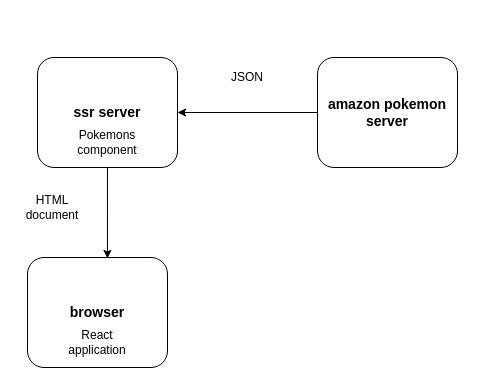
NathanKr/next.js-pokemon-ssr keeps this draw.io diagram as figs/server-side-rendering.drawio. Above is the earlier version. Source tidied: cells renumbered, new cells numbered last; positions are measured from the earlier drawing's top-left corner, leaving out a move shared by most shapes. Both pictures are drawn from the tidied source at 100%, with x=0, y=0 at pixel (27, 57).
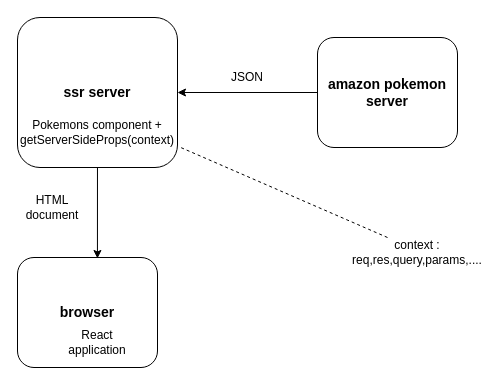
After the change.

Commit message (it also covers changes not shown here):
better figs

Change to the diagram source:
```diff
@@
 <mxGraphModel>
   <root>
     <mxCell id="0" />
     <mxCell id="1" parent="0" />
     <mxCell id="2" value="&lt;b&gt;&lt;font style=&quot;font-size: 14px&quot;&gt;ssr server&lt;/font&gt;&lt;/b&gt;" style="rounded=1;whiteSpace=wrap;html=1;" parent="1" vertex="1">
-      <mxGeometry x="10" width="140" height="110" as="geometry" />
+      <mxGeometry x="-10" y="-40" width="160" height="150" as="geometry" />
     </mxCell>
     <mxCell id="3" value="&lt;b&gt;&lt;font style=&quot;font-size: 14px&quot;&gt;browser&lt;/font&gt;&lt;/b&gt;" style="rounded=1;whiteSpace=wrap;html=1;" parent="1" vertex="1">
-      <mxGeometry y="200" width="140" height="110" as="geometry" />
+      <mxGeometry x="-10" y="200" width="140" height="110" as="geometry" />
     </mxCell>
     <mxCell id="4" value="&lt;b&gt;&lt;font style=&quot;font-size: 14px&quot;&gt;amazon pokemon server&lt;/font&gt;&lt;/b&gt;" style="rounded=1;whiteSpace=wrap;html=1;" parent="1" vertex="1">
-      <mxGeometry x="290" width="140" height="110" as="geometry" />
+      <mxGeometry x="290" y="-20" width="140" height="110" as="geometry" />
     </mxCell>
     <mxCell id="5" style="endArrow=classic;html=1;entryX=1;entryY=0.5;entryDx=0;entryDy=0;exitX=0;exitY=0.5;exitDx=0;exitDy=0;" parent="1" edge="1" source="4" target="2">
       <mxGeometry relative="1" as="geometry" />
     </mxCell>
     <mxCell id="6" value="JSON" style="text;html=1;strokeColor=none;fillColor=none;align=center;verticalAlign=middle;whiteSpace=wrap;rounded=0;" parent="1" vertex="1">
       <mxGeometry x="200" y="10" width="40" height="20" as="geometry" />
     </mxCell>
     <mxCell id="7" style="endArrow=classic;html=1;entryX=0.571;entryY=0.009;entryDx=0;entryDy=0;entryPerimeter=0;" parent="1" edge="1" source="2" target="3">
       <mxGeometry relative="1" as="geometry" />
     </mxCell>
     <mxCell id="8" value="HTML document" style="text;html=1;strokeColor=none;fillColor=none;align=center;verticalAlign=middle;whiteSpace=wrap;rounded=0;" parent="1" vertex="1">
       <mxGeometry y="140" width="50" height="20" as="geometry" />
     </mxCell>
-    <mxCell id="9" value="Pokemons component" style="text;html=1;strokeColor=none;fillColor=none;align=center;verticalAlign=middle;whiteSpace=wrap;rounded=0;" parent="1" vertex="1">
-      <mxGeometry x="40" y="70" width="80" height="30" as="geometry" />
+    <mxCell id="9" value="Pokemons component + getServerSideProps(context)" style="text;html=1;strokeColor=none;fillColor=none;align=center;verticalAlign=middle;whiteSpace=wrap;rounded=0;" parent="1" vertex="1">
+      <mxGeometry x="20" y="50" width="100" height="50" as="geometry" />
     </mxCell>
     <mxCell id="10" value="React application" style="text;html=1;strokeColor=none;fillColor=none;align=center;verticalAlign=middle;whiteSpace=wrap;rounded=0;" parent="1" vertex="1">
       <mxGeometry x="40" y="270" width="60" height="30" as="geometry" />
     </mxCell>
+    <mxCell id="11" style="endArrow=none;dashed=1;html=1;entryX=1.006;entryY=0.86;entryDx=0;entryDy=0;entryPerimeter=0;" parent="1" edge="1" target="2">
+      <mxGeometry relative="1" as="geometry">
+        <mxPoint x="360" y="180" as="sourcePoint" />
+      </mxGeometry>
+    </mxCell>
+    <mxCell id="12" value="context : req,res,query,params,...." style="text;html=1;strokeColor=none;fillColor=none;align=center;verticalAlign=middle;whiteSpace=wrap;rounded=0;" parent="1" vertex="1">
+      <mxGeometry x="330" y="180" width="120" height="30" as="geometry" />
+    </mxCell>
   </root>
 </mxGraphModel>
```
